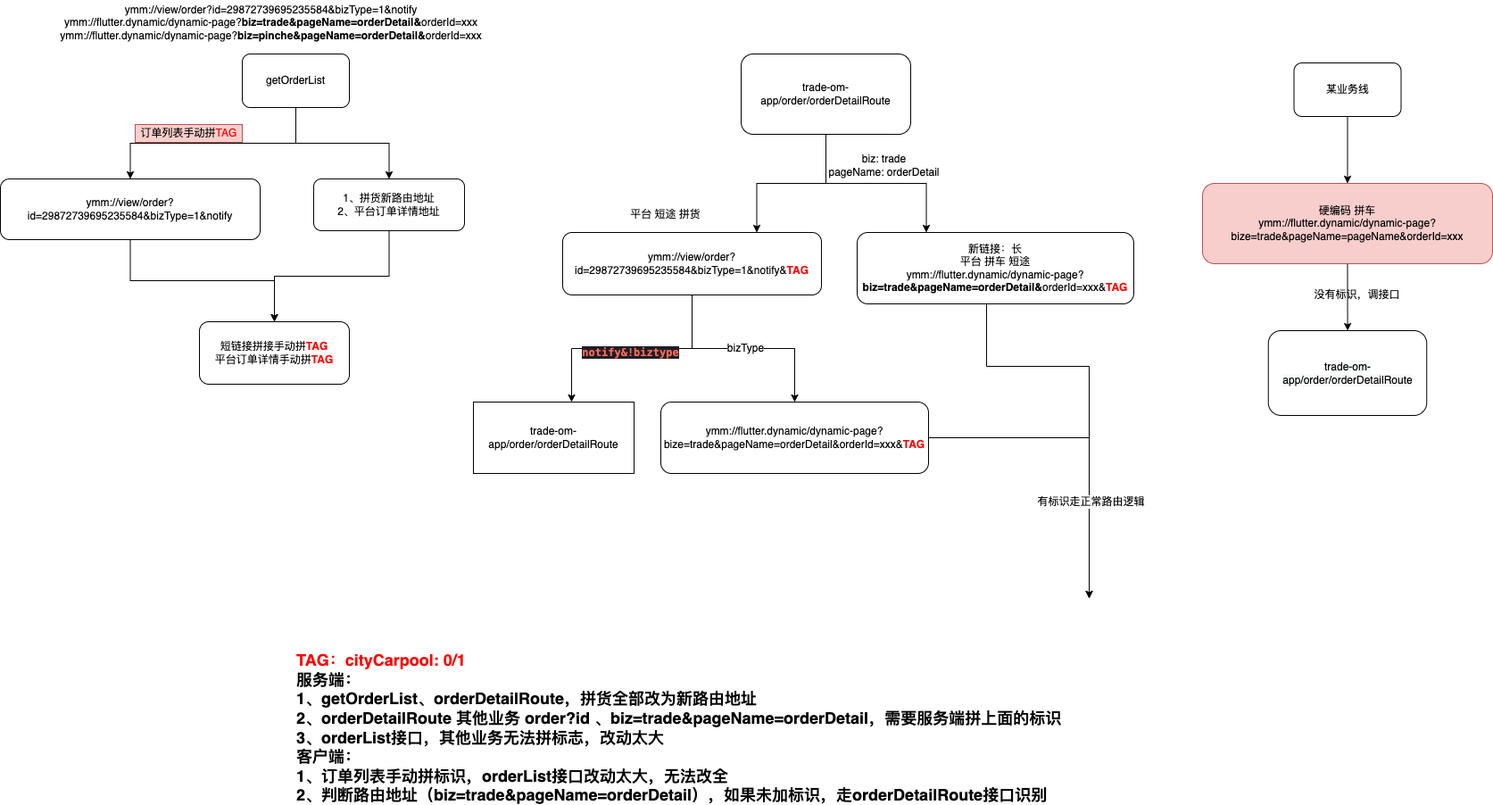
Earlier version of the draw.io export flutter/拼货路由转发.png (JD-Tang/flutter_uml). Source tidied: cells renumbered, new cells last; positions are measured from the earlier drawing's top-left corner, leaving out a move shared by most shapes.
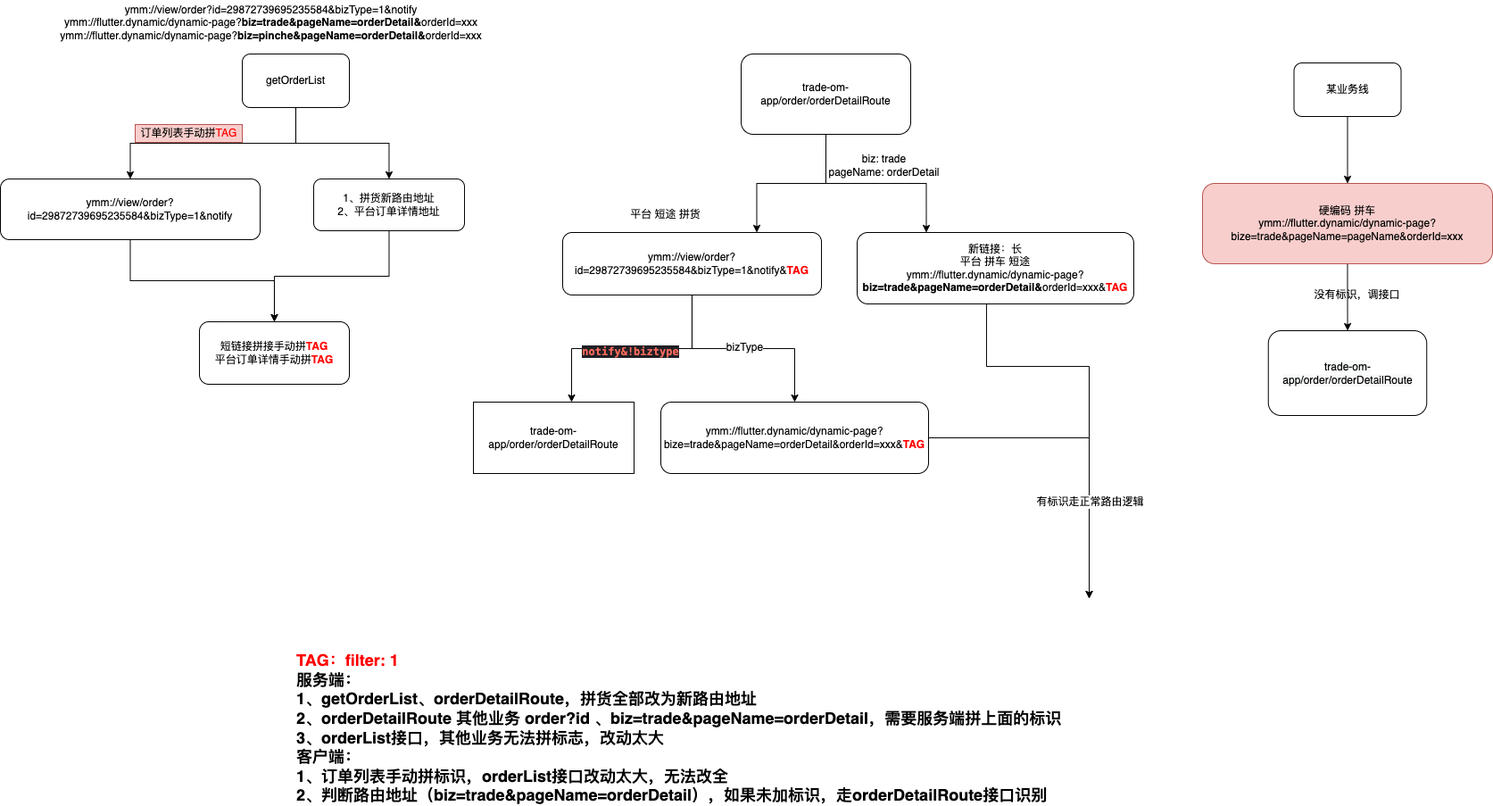
After the commit.

Commit message:
更新拼货路由转发.png

The edit, as a diff of the source:
```diff
@@ -101,7 +101,7 @@
     <mxCell id="30" value="订单列表手动拼&lt;font color=&quot;#ff0000&quot;&gt;TAG&lt;/font&gt;" style="text;html=1;align=center;verticalAlign=middle;strokeColor=#b85450;fillColor=#f8cecc;" parent="1" vertex="1">
       <mxGeometry x="151" y="139" width="120" height="20" as="geometry" />
     </mxCell>
-    <mxCell id="31" value="&lt;font style=&quot;font-size: 18px&quot;&gt;&lt;b&gt;&lt;font color=&quot;#ff0000&quot;&gt;TAG：cityCarpool: 0/1&lt;/font&gt;&lt;br&gt;服务端：&lt;br&gt;1、getOrderList、&lt;/b&gt;&lt;b&gt;orderDetailRoute，拼货全部改为新路由地址&lt;br&gt;&lt;/b&gt;&lt;b&gt;2、&lt;/b&gt;&lt;b&gt;orderDetailRoute 其他业务 order?id 、biz=trade&amp;amp;pageName=orderDetail，需要服务端拼上面的标识&lt;br&gt;&lt;/b&gt;&lt;/font&gt;&lt;b style=&quot;font-size: 18px&quot;&gt;&lt;font style=&quot;font-size: 18px&quot;&gt;3、orderList接口，其他业务无法拼标志，改动太大&lt;br&gt;客户端：&lt;br&gt;1、订单列表手动拼标识，orderList接口改动太大，无法改全&lt;br&gt;2、判断路由地址（biz=trade&amp;amp;pageName=orderDetail），如果未加标识，走orderDetailRoute接口识别&lt;/font&gt;&lt;br&gt;&lt;/b&gt;" style="text;html=1;align=left;verticalAlign=middle;" parent="1" vertex="1">
+    <mxCell id="31" value="&lt;font style=&quot;font-size: 18px&quot;&gt;&lt;b&gt;&lt;font color=&quot;#ff0000&quot;&gt;TAG：filter: 1&lt;/font&gt;&lt;br&gt;服务端：&lt;br&gt;1、getOrderList、&lt;/b&gt;&lt;b&gt;orderDetailRoute，拼货全部改为新路由地址&lt;br&gt;&lt;/b&gt;&lt;b&gt;2、&lt;/b&gt;&lt;b&gt;orderDetailRoute 其他业务 order?id 、biz=trade&amp;amp;pageName=orderDetail，需要服务端拼上面的标识&lt;br&gt;&lt;/b&gt;&lt;/font&gt;&lt;b style=&quot;font-size: 18px&quot;&gt;&lt;font style=&quot;font-size: 18px&quot;&gt;3、orderList接口，其他业务无法拼标志，改动太大&lt;br&gt;客户端：&lt;br&gt;1、订单列表手动拼标识，orderList接口改动太大，无法改全&lt;br&gt;2、判断路由地址（biz=trade&amp;amp;pageName=orderDetail），如果未加标识，走orderDetailRoute接口识别&lt;/font&gt;&lt;br&gt;&lt;/b&gt;" style="text;html=1;align=left;verticalAlign=middle;" parent="1" vertex="1">
       <mxGeometry x="330" y="750" width="870" height="130" as="geometry" />
     </mxCell>
     <mxCell id="32" value="没有标识，调接口" style="text;html=1;align=center;verticalAlign=middle;strokeColor=none;fillColor=none;" parent="1" vertex="1">
```
